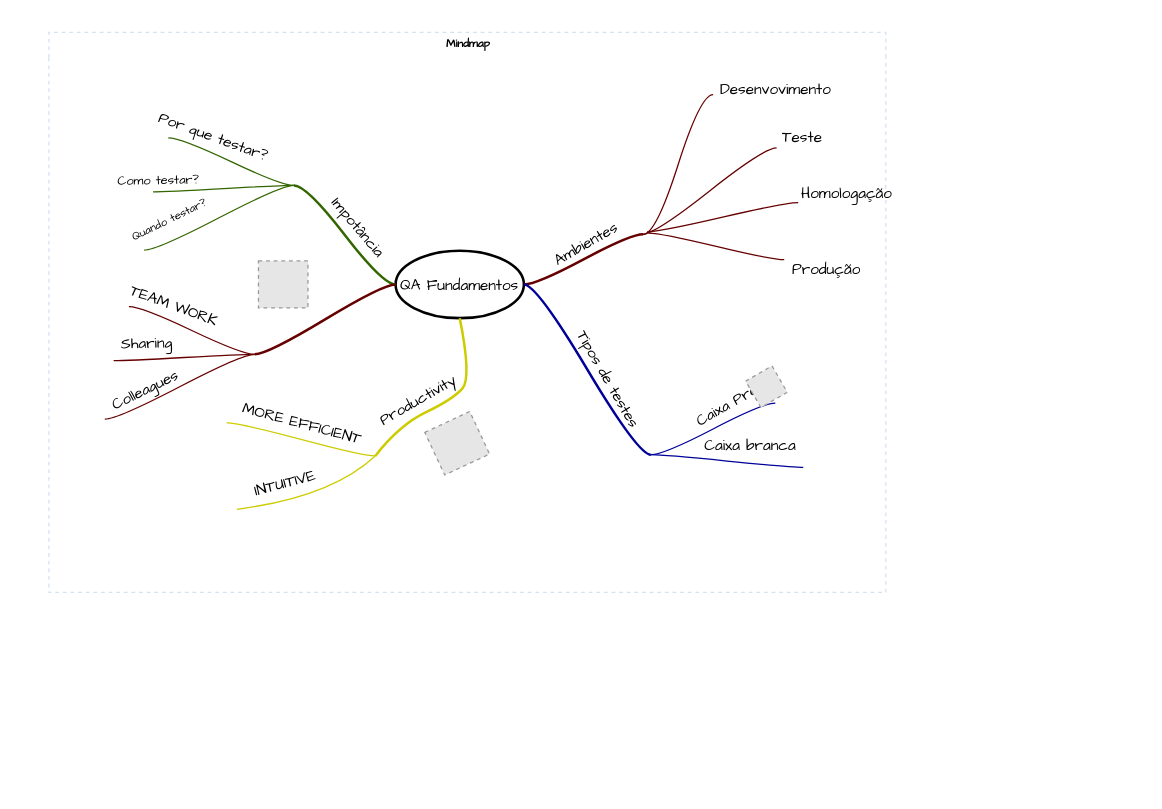
This is Diagrama sem nome.drawio from VDocean/QA-Conceitos, a draw.io file, before an edit. Source tidied: cells renumbered, new cells numbered last; positions are measured from the earlier drawing's top-left corner, leaving out a move shared by most shapes. Both pictures are drawn from the tidied source at 127%, with x=0, y=0 at pixel (48, 32). Pictures stored in the file or linked from it are replaced by grey dashed boxes.
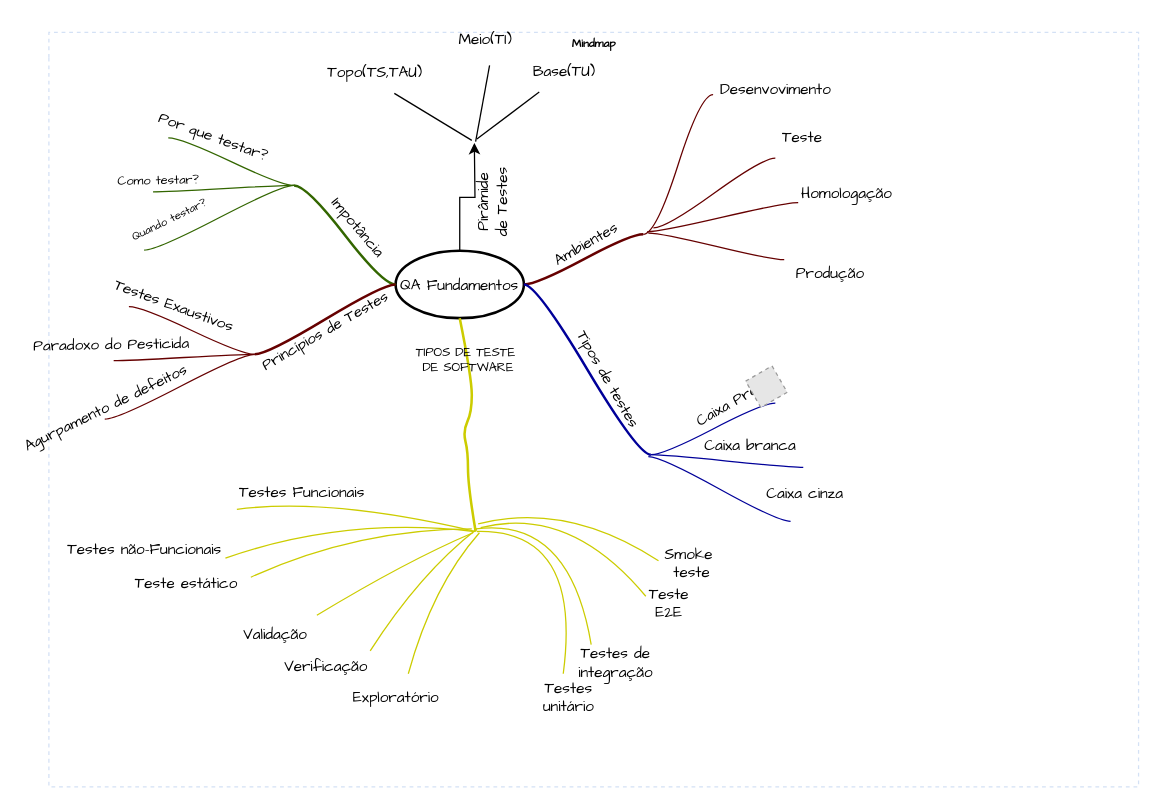
The same page after the edit.

Commit message:
piramide de testes

Unchanged cells that the change refers to:
```xml
<mxCell id="3" value="&lt;font face=&quot;Comic Sans MS&quot;&gt;QA Fundamentos&lt;/font&gt;" style="ellipse;whiteSpace=wrap;html=1;align=center;strokeWidth=2;" parent="2" vertex="1">
  <mxGeometry x="273" y="172" width="101" height="53" as="geometry" />
</mxCell>
<mxCell id="40" style="whiteSpace=wrap;html=1;rounded=1;arcSize=50;align=center;verticalAlign=middle;strokeWidth=1;spacing=4;" parent="2" vertex="1">
  <mxGeometry x="162" y="253" height="1" as="geometry" />
</mxCell>
<mxCell id="43" style="edgeStyle=entityRelationEdgeStyle;startArrow=none;endArrow=none;segment=10;curved=1;strokeColor=#660000;rounded=0;fontSize=12;startSize=8;endSize=8;" parent="2" edge="1" source="40" target="42">
  <mxGeometry relative="1" as="geometry" />
</mxCell>
<mxCell id="46" style="edgeStyle=entityRelationEdgeStyle;startArrow=none;endArrow=none;segment=10;curved=1;strokeColor=#660000;rounded=0;fontSize=12;startSize=8;endSize=8;" parent="2" edge="1" source="40" target="45">
  <mxGeometry relative="1" as="geometry" />
</mxCell>
<mxCell id="49" style="edgeStyle=entityRelationEdgeStyle;startArrow=none;endArrow=none;segment=10;curved=1;strokeColor=#660000;rounded=0;fontSize=12;startSize=8;endSize=8;" parent="2" edge="1" source="40" target="48">
  <mxGeometry relative="1" as="geometry" />
</mxCell>
<mxCell id="53" style="whiteSpace=wrap;html=1;rounded=1;arcSize=50;align=center;verticalAlign=middle;strokeWidth=1;spacing=4;" parent="2" vertex="1">
  <mxGeometry x="257" y="333" height="1" as="geometry" />
</mxCell>
<mxCell id="56" style="whiteSpace=wrap;html=1;rounded=1;arcSize=50;align=center;verticalAlign=middle;strokeWidth=1;spacing=4;" parent="2" vertex="1">
  <mxGeometry x="148" y="375" height="1" as="geometry" />
</mxCell>
```

The edit, as a diff of the source:
```diff
@@
     <mxCell id="2" value="Mindmap" style="swimlane;html=1;startSize=20;horizontal=1;containerType=tree;labelBackgroundColor=none;strokeColor=#D4E1F5;strokeWidth=1;fillColor=none;fontFamily=Comic Sans MS;fontSize=9;swimlaneLine=0;dashed=1;" parent="1" vertex="1">
-      <mxGeometry width="659" height="441" as="geometry" />
+      <mxGeometry width="858" height="594" as="geometry" />
     </mxCell>
@@
-    <mxCell id="44" value="Colleagues" style="text;html=1;align=center;verticalAlign=middle;labelBackgroundColor=none;fontFamily=Comic Sans MS;rotation=-26;fontSize=12;" parent="43" vertex="1">
+    <mxCell id="44" value="Agurpamento de defeitos" style="text;html=1;align=center;verticalAlign=middle;labelBackgroundColor=none;fontFamily=Comic Sans MS;rotation=-26;fontSize=12;" parent="43" vertex="1">
       <mxGeometry x="-0.11" y="-1" relative="1" as="geometry">
-        <mxPoint x="-34" y="8" as="offset" />
+        <mxPoint x="-65" y="22" as="offset" />
       </mxGeometry>
     </mxCell>
@@
-    <mxCell id="47" value="Sharing" style="text;html=1;align=center;verticalAlign=middle;labelBackgroundColor=none;fontFamily=Comic Sans MS;rotation=-1;fontSize=12;" parent="46" vertex="1">
+    <mxCell id="47" value="Paradoxo do Pesticida" style="text;html=1;align=center;verticalAlign=middle;labelBackgroundColor=none;fontFamily=Comic Sans MS;rotation=-1;fontSize=12;" parent="46" vertex="1">
       <mxGeometry x="-0.11" y="-1" relative="1" as="geometry">
-        <mxPoint x="-37" y="-9" as="offset" />
+        <mxPoint x="-65" y="-8" as="offset" />
       </mxGeometry>
     </mxCell>
@@
-    <mxCell id="50" value="TEAM WORK" style="text;html=1;align=center;verticalAlign=middle;labelBackgroundColor=none;fontFamily=Comic Sans MS;rotation=20;" parent="49" vertex="1">
+    <mxCell id="50" value="Testes Exaustivos" style="text;html=1;align=center;verticalAlign=middle;labelBackgroundColor=none;fontFamily=Comic Sans MS;rotation=20;" parent="49" vertex="1">
       <mxGeometry x="0.26" relative="1" as="geometry">
         <mxPoint x="-2" y="-13" as="offset" />
       </mxGeometry>
     </mxCell>
-    <mxCell id="51" style="fillColor=#E6E6E6;strokeColor=#999999;dashed=1;html=1;verticalAlign=top;verticalLabelPosition=bottom;labelBackgroundColor=#ffffff;fontFamily=Comic Sans MS;fontSize=12;fontColor=#000000;align=center;" parent="2" vertex="1">
-      <mxGeometry x="165" y="180" width="39" height="37" as="geometry" />
-    </mxCell>
-    <mxCell id="52" style="edgeStyle=none;jumpStyle=arc;html=1;entryX=0.5;entryY=1;entryPerimeter=0;endArrow=classicThin;endFill=1;jettySize=auto;strokeColor=none;strokeWidth=2;fontFamily=Comic Sans MS;fontSize=12;rounded=0;startSize=8;endSize=8;curved=1;" parent="2" edge="1" source="40" target="51">
-      <mxGeometry relative="1" as="geometry" />
-    </mxCell>
@@
-    <mxCell id="54" style="startArrow=none;endArrow=none;segment=10;strokeWidth=2;strokeColor=#CCCC00;exitX=0.5;exitY=1;curved=1;rounded=0;fontSize=12;startSize=8;endSize=8;" parent="2" edge="1" source="3" target="53">
+    <mxCell id="54" style="startArrow=none;endArrow=none;segment=10;strokeWidth=2;strokeColor=#CCCC00;exitX=0.5;exitY=1;curved=1;rounded=0;fontSize=12;startSize=8;endSize=8;" parent="2" edge="1" source="3">
       <mxGeometry relative="1" as="geometry">
+        <mxPoint x="336" y="393" as="targetPoint" />
         <Array as="points">
           <mxPoint x="333" y="272" />
-          <mxPoint x="318" y="289" />
-          <mxPoint x="276" y="309" />
+          <mxPoint x="333" y="299" />
+          <mxPoint x="326" y="314" />
+          <mxPoint x="330" y="330" />
+          <mxPoint x="330" y="357" />
         </Array>
       </mxGeometry>
     </mxCell>
-    <mxCell id="55" value="Productivity" style="text;html=1;align=center;verticalAlign=middle;labelBackgroundColor=none;rotation=-30;fontFamily=Comic Sans MS;" parent="54" vertex="1">
+    <mxCell id="55" value="TIPOS DE TESTE&amp;nbsp;&lt;div&gt;DE SOFTWARE&lt;/div&gt;" style="text;html=1;align=center;verticalAlign=middle;labelBackgroundColor=none;rotation=0;fontFamily=Comic Sans MS;fontSize=10;" parent="54" vertex="1">
       <mxGeometry x="0.02" y="2" relative="1" as="geometry">
-        <mxPoint x="-24" y="-2" as="offset" />
+        <mxPoint y="-54" as="offset" />
       </mxGeometry>
     </mxCell>
@@
-    <mxCell id="57" style="startArrow=none;endArrow=none;segment=10;strokeColor=#CCCC00;curved=1;rounded=0;fontSize=12;startSize=8;endSize=8;" parent="2" edge="1" source="53" target="56">
+    <mxCell id="57" style="startArrow=none;endArrow=none;segment=10;strokeColor=#CCCC00;curved=1;rounded=0;fontSize=12;startSize=8;endSize=8;" parent="2" edge="1" target="56">
       <mxGeometry relative="1" as="geometry">
+        <mxPoint x="336" y="393" as="sourcePoint" />
         <Array as="points">
           <mxPoint x="222" y="366" />
         </Array>
       </mxGeometry>
     </mxCell>
-    <mxCell id="58" value="INTUITIVE" style="text;html=1;align=center;verticalAlign=middle;labelBackgroundColor=none;fontFamily=Comic Sans MS;rotation=-15;fontSize=12;" parent="57" vertex="1">
+    <mxCell id="58" value="Testes Funcionais" style="text;html=1;align=center;verticalAlign=middle;labelBackgroundColor=none;fontFamily=Comic Sans MS;rotation=0;fontSize=12;" parent="57" vertex="1">
       <mxGeometry x="-0.11" y="-1" relative="1" as="geometry">
-        <mxPoint x="-30" y="-10" as="offset" />
+        <mxPoint x="-55" y="-10" as="offset" />
       </mxGeometry>
     </mxCell>
-    <mxCell id="59" style="whiteSpace=wrap;html=1;rounded=1;arcSize=50;align=center;verticalAlign=middle;strokeWidth=1;spacing=4;" parent="2" vertex="1">
-      <mxGeometry x="140" y="307" height="1" as="geometry" />
-    </mxCell>
-    <mxCell id="60" style="edgeStyle=entityRelationEdgeStyle;startArrow=none;endArrow=none;segment=10;curved=1;strokeColor=#CCCC00;rounded=0;fontSize=12;startSize=8;endSize=8;" parent="2" edge="1" source="53" target="59">
-      <mxGeometry relative="1" as="geometry" />
-    </mxCell>
-    <mxCell id="61" value="MORE EFFICIENT" style="text;html=1;align=center;verticalAlign=middle;labelBackgroundColor=none;fontFamily=Comic Sans MS;rotation=15;fontSize=12;" parent="60" vertex="1">
-      <mxGeometry x="-0.11" y="-1" relative="1" as="geometry">
-        <mxPoint x="-6" y="-13" as="offset" />
-      </mxGeometry>
-    </mxCell>
-    <mxCell id="62" style="fillColor=#E6E6E6;strokeColor=#999999;dashed=1;html=1;verticalAlign=top;verticalLabelPosition=bottom;labelBackgroundColor=#ffffff;fontFamily=Comic Sans MS;fontSize=12;fontColor=#000000;align=center;rotation=-25;" parent="2" vertex="1">
-      <mxGeometry x="302" y="305" width="39" height="37" as="geometry" />
-    </mxCell>
-    <mxCell id="63" style="edgeStyle=none;jumpStyle=arc;html=1;entryX=0.5;entryY=1;entryPerimeter=0;endArrow=classicThin;endFill=1;jettySize=auto;strokeColor=none;strokeWidth=2;fontFamily=Comic Sans MS;fontSize=12;rounded=0;startSize=8;endSize=8;curved=1;" parent="2" edge="1" source="53" target="62">
-      <mxGeometry relative="1" as="geometry" />
-    </mxCell>
+    <mxCell id="66" value="Princípios de Testes" style="text;html=1;align=center;verticalAlign=middle;labelBackgroundColor=none;rotation=330;fontFamily=Comic Sans MS;" parent="2" vertex="1">
+      <mxGeometry x="237" y="212" as="geometry">
+        <mxPoint x="-28.8" y="11.4" as="offset" />
+      </mxGeometry>
+    </mxCell>
+    <mxCell id="67" style="startArrow=none;endArrow=none;segment=10;strokeColor=#CCCC00;curved=1;rounded=0;fontSize=12;startSize=8;endSize=8;" parent="2" edge="1">
+      <mxGeometry relative="1" as="geometry">
+        <mxPoint x="335" y="393" as="sourcePoint" />
+        <mxPoint x="139" y="414" as="targetPoint" />
+        <Array as="points">
+          <mxPoint x="233" y="381" />
+        </Array>
+      </mxGeometry>
+    </mxCell>
+    <mxCell id="68" value="Testes não-Funcionais" style="text;html=1;align=center;verticalAlign=middle;labelBackgroundColor=none;fontFamily=Comic Sans MS;rotation=0;fontSize=12;" parent="67" vertex="1">
+      <mxGeometry x="-0.11" y="-1" relative="1" as="geometry">
+        <mxPoint x="-171" y="26" as="offset" />
+      </mxGeometry>
+    </mxCell>
+    <mxCell id="69" style="startArrow=none;endArrow=none;segment=10;strokeColor=#CCCC00;curved=1;rounded=0;fontSize=12;startSize=8;endSize=8;" parent="2" edge="1">
+      <mxGeometry relative="1" as="geometry">
+        <mxPoint x="427" y="482" as="sourcePoint" />
+        <mxPoint x="336" y="391" as="targetPoint" />
+        <Array as="points">
+          <mxPoint x="410" y="381" />
+        </Array>
+      </mxGeometry>
+    </mxCell>
+    <mxCell id="70" value="Testes de&lt;div&gt;integração&lt;/div&gt;" style="text;html=1;align=center;verticalAlign=middle;labelBackgroundColor=none;fontFamily=Comic Sans MS;rotation=0;fontSize=12;" parent="69" vertex="1">
+      <mxGeometry x="-0.11" y="-1" relative="1" as="geometry">
+        <mxPoint x="31" y="93" as="offset" />
+      </mxGeometry>
+    </mxCell>
+    <mxCell id="71" style="startArrow=none;endArrow=none;segment=10;strokeColor=#CCCC00;curved=1;rounded=0;fontSize=12;startSize=8;endSize=8;" parent="2" edge="1">
+      <mxGeometry relative="1" as="geometry">
+        <mxPoint x="470" y="444" as="sourcePoint" />
+        <mxPoint x="340" y="390" as="targetPoint" />
+        <Array as="points">
+          <mxPoint x="410" y="372" />
+        </Array>
+      </mxGeometry>
+    </mxCell>
+    <mxCell id="72" value="Teste&lt;div&gt;E2E&lt;/div&gt;&lt;div&gt;&lt;br&gt;&lt;/div&gt;" style="text;html=1;align=center;verticalAlign=middle;labelBackgroundColor=none;fontFamily=Comic Sans MS;rotation=0;fontSize=12;" parent="71" vertex="1">
+      <mxGeometry x="-0.11" y="-1" relative="1" as="geometry">
+        <mxPoint x="64" y="71" as="offset" />
+      </mxGeometry>
+    </mxCell>
+    <mxCell id="73" style="startArrow=none;endArrow=none;segment=10;strokeColor=#CCCC00;curved=1;rounded=0;fontSize=12;startSize=8;endSize=8;" parent="2" edge="1">
+      <mxGeometry relative="1" as="geometry">
+        <mxPoint x="480" y="416" as="sourcePoint" />
+        <mxPoint x="338" y="387" as="targetPoint" />
+        <Array as="points">
+          <mxPoint x="408" y="369" />
+        </Array>
+      </mxGeometry>
+    </mxCell>
+    <mxCell id="74" value="&lt;div&gt;Smoke&amp;nbsp;&lt;/div&gt;&lt;div&gt;teste&lt;/div&gt;&lt;div&gt;&lt;br&gt;&lt;/div&gt;" style="text;html=1;align=center;verticalAlign=middle;labelBackgroundColor=none;fontFamily=Comic Sans MS;rotation=0;fontSize=12;" parent="73" vertex="1">
+      <mxGeometry x="-0.11" y="-1" relative="1" as="geometry">
+        <mxPoint x="84" y="49" as="offset" />
+      </mxGeometry>
+    </mxCell>
+    <mxCell id="75" style="endArrow=none;html=1;rounded=0;" parent="2" edge="1" target="92">
+      <mxGeometry relative="1" as="geometry">
+        <mxPoint x="337" y="84" as="sourcePoint" />
+      </mxGeometry>
+    </mxCell>
+    <mxCell id="76" value="Pirâmide de Testes" style="text;html=1;align=center;verticalAlign=middle;whiteSpace=wrap;rounded=0;fontFamily=Comic Sans MS;rotation=270;" parent="2" vertex="1">
+      <mxGeometry x="321" y="121" width="58.5" height="25.9" as="geometry" />
+    </mxCell>
+    <mxCell id="77" value="Meio(TI)" style="text;html=1;align=center;verticalAlign=middle;whiteSpace=wrap;rounded=0;fontFamily=Comic Sans MS;" parent="2" vertex="1">
+      <mxGeometry x="314" y="-8" width="60" height="30" as="geometry" />
+    </mxCell>
+    <mxCell id="78" value="Topo(TS,TAU)" style="text;html=1;align=center;verticalAlign=middle;whiteSpace=wrap;rounded=0;fontFamily=Comic Sans MS;" parent="2" vertex="1">
+      <mxGeometry x="227" y="18" width="60" height="30" as="geometry" />
+    </mxCell>
     <mxCell id="64" style="edgeStyle=entityRelationEdgeStyle;startArrow=none;endArrow=none;segment=10;curved=1;strokeColor=#660000;rounded=0;fontSize=12;startSize=8;endSize=8;" parent="1" edge="1">
       <mxGeometry relative="1" as="geometry">
-        <mxPoint x="467" y="159" as="sourcePoint" />
-        <mxPoint x="573" y="91" as="targetPoint" />
+        <mxPoint x="476" y="154" as="sourcePoint" />
+        <mxPoint x="572" y="99" as="targetPoint" />
         <Array as="points">
-          <mxPoint x="531" y="123" />
-          <mxPoint x="528" y="109" />
+          <mxPoint x="469" y="198" />
+          <mxPoint x="476" y="153" />
+          <mxPoint x="530" y="131" />
+          <mxPoint x="527" y="117" />
         </Array>
       </mxGeometry>
     </mxCell>
@@
+    <mxCell id="79" style="edgeStyle=entityRelationEdgeStyle;startArrow=none;endArrow=none;segment=10;curved=1;strokeColor=#000099;rounded=0;fontSize=12;startSize=8;endSize=8;" parent="1" edge="1">
+      <mxGeometry relative="1" as="geometry">
+        <mxPoint x="472" y="334" as="sourcePoint" />
+        <mxPoint x="584" y="385" as="targetPoint" />
+      </mxGeometry>
+    </mxCell>
+    <mxCell id="80" value="Caixa cinza" style="text;html=1;align=center;verticalAlign=middle;labelBackgroundColor=none;fontFamily=Comic Sans MS;rotation=0;" parent="79" vertex="1">
+      <mxGeometry x="-0.11" y="-1" relative="1" as="geometry">
+        <mxPoint x="73" y="6" as="offset" />
+      </mxGeometry>
+    </mxCell>
+    <mxCell id="81" style="startArrow=none;endArrow=none;segment=10;strokeColor=#CCCC00;curved=1;rounded=0;fontSize=12;startSize=8;endSize=8;" parent="1" edge="1">
+      <mxGeometry relative="1" as="geometry">
+        <mxPoint x="333" y="391" as="sourcePoint" />
+        <mxPoint x="159" y="429" as="targetPoint" />
+        <Array as="points">
+          <mxPoint x="243" y="391" />
+        </Array>
+      </mxGeometry>
+    </mxCell>
+    <mxCell id="82" value="Teste estático&lt;div&gt;&lt;br&gt;&lt;/div&gt;" style="text;html=1;align=center;verticalAlign=middle;labelBackgroundColor=none;fontFamily=Comic Sans MS;rotation=0;fontSize=12;" parent="81" vertex="1">
+      <mxGeometry x="-0.11" y="-1" relative="1" as="geometry">
+        <mxPoint x="-145" y="51" as="offset" />
+      </mxGeometry>
+    </mxCell>
+    <mxCell id="83" style="startArrow=none;endArrow=none;segment=10;strokeColor=#CCCC00;curved=1;rounded=0;fontSize=12;startSize=8;endSize=8;" parent="1" edge="1">
+      <mxGeometry relative="1" as="geometry">
+        <mxPoint x="334" y="394" as="sourcePoint" />
+        <mxPoint x="211" y="459" as="targetPoint" />
+        <Array as="points">
+          <mxPoint x="282" y="416" />
+        </Array>
+      </mxGeometry>
+    </mxCell>
+    <mxCell id="84" value="&lt;div&gt;Validação&lt;/div&gt;" style="text;html=1;align=center;verticalAlign=middle;labelBackgroundColor=none;fontFamily=Comic Sans MS;rotation=0;fontSize=12;" parent="83" vertex="1">
+      <mxGeometry x="-0.11" y="-1" relative="1" as="geometry">
+        <mxPoint x="-99" y="56" as="offset" />
+      </mxGeometry>
+    </mxCell>
+    <mxCell id="85" style="startArrow=none;endArrow=none;segment=10;strokeColor=#CCCC00;curved=1;rounded=0;fontSize=12;startSize=8;endSize=8;" parent="1" edge="1">
+      <mxGeometry relative="1" as="geometry">
+        <mxPoint x="337" y="391" as="sourcePoint" />
+        <mxPoint x="253" y="487" as="targetPoint" />
+        <Array as="points">
+          <mxPoint x="292" y="426" />
+        </Array>
+      </mxGeometry>
+    </mxCell>
+    <mxCell id="86" value="&lt;div&gt;Verificação&lt;/div&gt;" style="text;html=1;align=center;verticalAlign=middle;labelBackgroundColor=none;fontFamily=Comic Sans MS;rotation=0;fontSize=12;" parent="85" vertex="1">
+      <mxGeometry x="-0.11" y="-1" relative="1" as="geometry">
+        <mxPoint x="-73" y="73" as="offset" />
+      </mxGeometry>
+    </mxCell>
+    <mxCell id="87" style="startArrow=none;endArrow=none;segment=10;strokeColor=#CCCC00;curved=1;rounded=0;fontSize=12;startSize=8;endSize=8;" parent="1" edge="1">
+      <mxGeometry relative="1" as="geometry">
+        <mxPoint x="405" y="505" as="sourcePoint" />
+        <mxPoint x="337" y="393" as="targetPoint" />
+        <Array as="points">
+          <mxPoint x="420" y="391" />
+        </Array>
+      </mxGeometry>
+    </mxCell>
+    <mxCell id="88" value="Testes&lt;div&gt;unitário&lt;/div&gt;&lt;div&gt;&lt;br&gt;&lt;/div&gt;" style="text;html=1;align=center;verticalAlign=middle;labelBackgroundColor=none;fontFamily=Comic Sans MS;rotation=0;fontSize=12;" parent="87" vertex="1">
+      <mxGeometry x="-0.11" y="-1" relative="1" as="geometry">
+        <mxPoint x="-9" y="114" as="offset" />
+      </mxGeometry>
+    </mxCell>
+    <mxCell id="89" style="startArrow=none;endArrow=none;segment=10;strokeColor=#CCCC00;curved=1;rounded=0;fontSize=12;startSize=8;endSize=8;" parent="1" edge="1">
+      <mxGeometry relative="1" as="geometry">
+        <mxPoint x="339" y="394" as="sourcePoint" />
+        <mxPoint x="283" y="505" as="targetPoint" />
+        <Array as="points">
+          <mxPoint x="302" y="436" />
+        </Array>
+      </mxGeometry>
+    </mxCell>
+    <mxCell id="90" value="&lt;div&gt;Exploratório&lt;/div&gt;" style="text;html=1;align=center;verticalAlign=middle;labelBackgroundColor=none;fontFamily=Comic Sans MS;rotation=0;fontSize=12;" parent="89" vertex="1">
+      <mxGeometry x="-0.11" y="-1" relative="1" as="geometry">
+        <mxPoint x="-28" y="88" as="offset" />
+      </mxGeometry>
+    </mxCell>
+    <mxCell id="91" style="edgeStyle=orthogonalEdgeStyle;rounded=0;jettySize=auto;html=1;" parent="1" edge="1" source="3">
+      <mxGeometry relative="1" as="geometry">
+        <mxPoint x="335" y="87" as="targetPoint" />
+      </mxGeometry>
+    </mxCell>
+    <mxCell id="92" value="Base(TU)" style="text;html=1;align=center;verticalAlign=middle;whiteSpace=wrap;rounded=0;fontFamily=Comic Sans MS;" parent="1" vertex="1">
+      <mxGeometry x="376" y="17" width="60" height="30" as="geometry" />
+    </mxCell>
+    <mxCell id="93" style="endArrow=none;html=1;rounded=0;" parent="1" edge="1">
+      <mxGeometry relative="1" as="geometry">
+        <mxPoint x="336" y="86" as="sourcePoint" />
+        <mxPoint x="347" y="26" as="targetPoint" />
+      </mxGeometry>
+    </mxCell>
+    <mxCell id="94" style="endArrow=none;html=1;rounded=0;entryX=0.75;entryY=1;entryDx=0;entryDy=0;" parent="1" edge="1" target="78">
+      <mxGeometry relative="1" as="geometry">
+        <mxPoint x="333" y="85" as="sourcePoint" />
+      </mxGeometry>
+    </mxCell>
```
